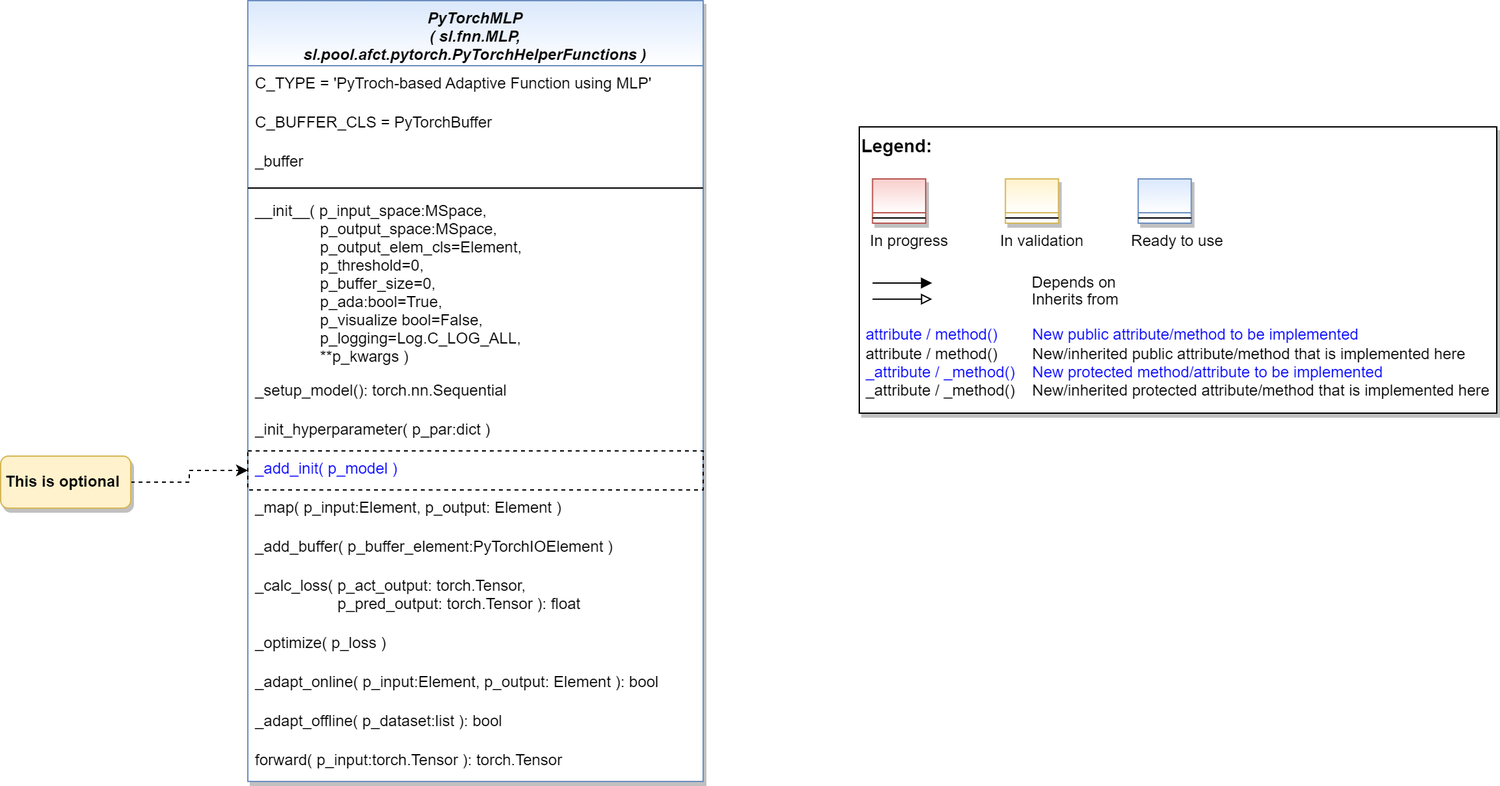
fhswf/MLPro keeps this draw.io diagram as doc/rtd/content/04_appendices/appendix2/sub/pool/mlpro_sl/afct/images/MLPro-SL-pool-afct-fnn-pytorch_class_diagram.drawio.png. Above is the earlier version. Source tidied: cells renumbered, new cells last; positions are measured from the earlier drawing's top-left corner, leaving out a move shared by most shapes.
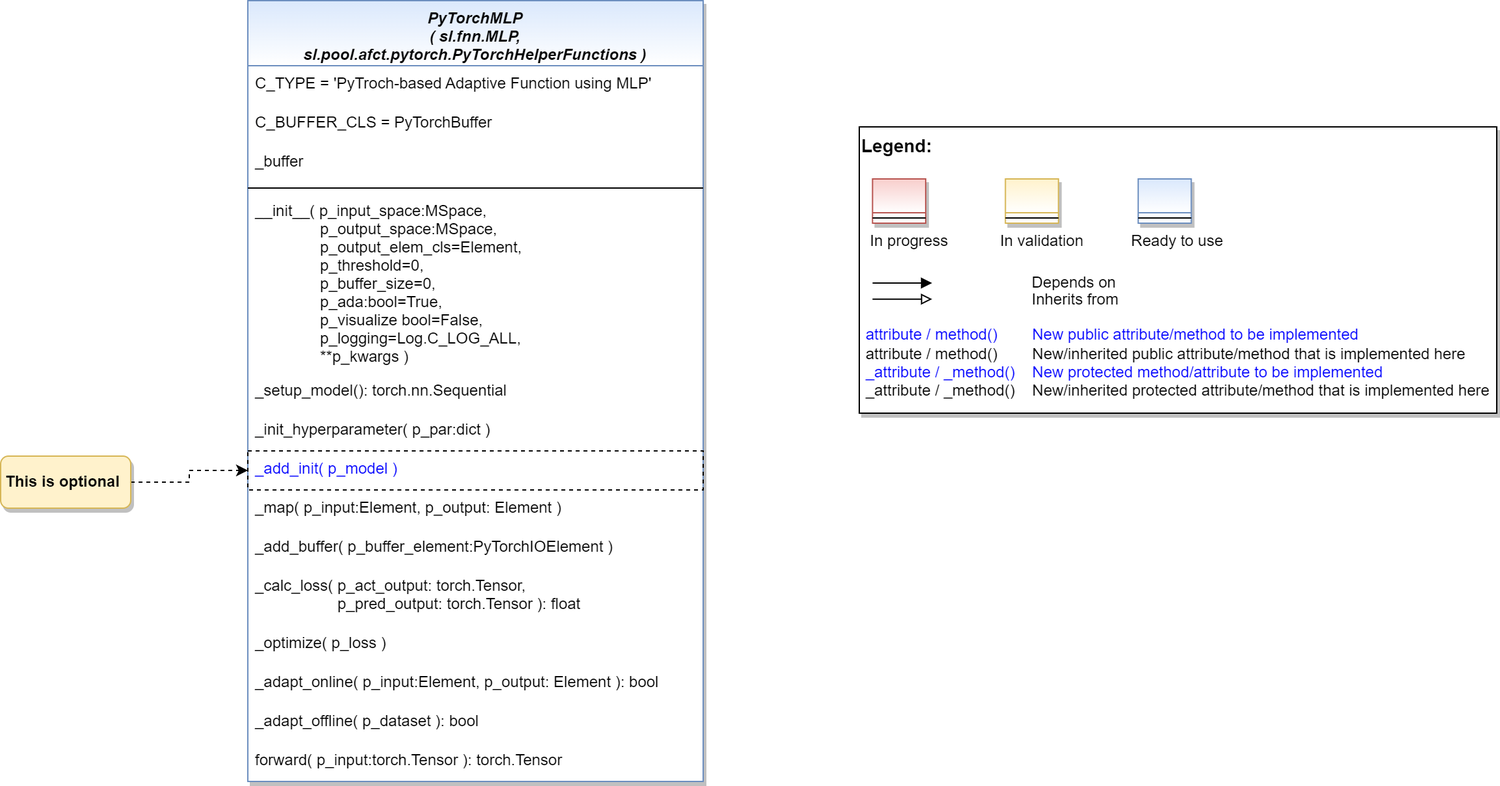
After the commit.

Commit message:
Refactoring PyTorchBuffer and update class diagram

The edit, as a diff of the source:
```diff
@@ -85,7 +85,7 @@
     <mxCell id="25" value="_adapt_online( p_input:Element, p_output: Element ): bool" style="text;align=left;verticalAlign=top;spacingLeft=4;spacingRight=4;overflow=hidden;fontColor=#000000;" parent="12" vertex="1">
       <mxGeometry y="510" width="350" height="30" as="geometry" />
     </mxCell>
-    <mxCell id="26" value="_adapt_offline( p_dataset:list ): bool" style="text;align=left;verticalAlign=top;spacingLeft=4;spacingRight=4;overflow=hidden;fontColor=#000000;strokeColor=none;dashed=1;" parent="12" vertex="1">
+    <mxCell id="26" value="_adapt_offline( p_dataset ): bool" style="text;align=left;verticalAlign=top;spacingLeft=4;spacingRight=4;overflow=hidden;fontColor=#000000;strokeColor=none;dashed=1;" parent="12" vertex="1">
       <mxGeometry y="540" width="350" height="30" as="geometry" />
     </mxCell>
     <mxCell id="27" value="forward( p_input:torch.Tensor ): torch.Tensor" style="text;align=left;verticalAlign=top;spacingLeft=4;spacingRight=4;overflow=hidden;fontColor=#000000;" parent="12" vertex="1">
```
